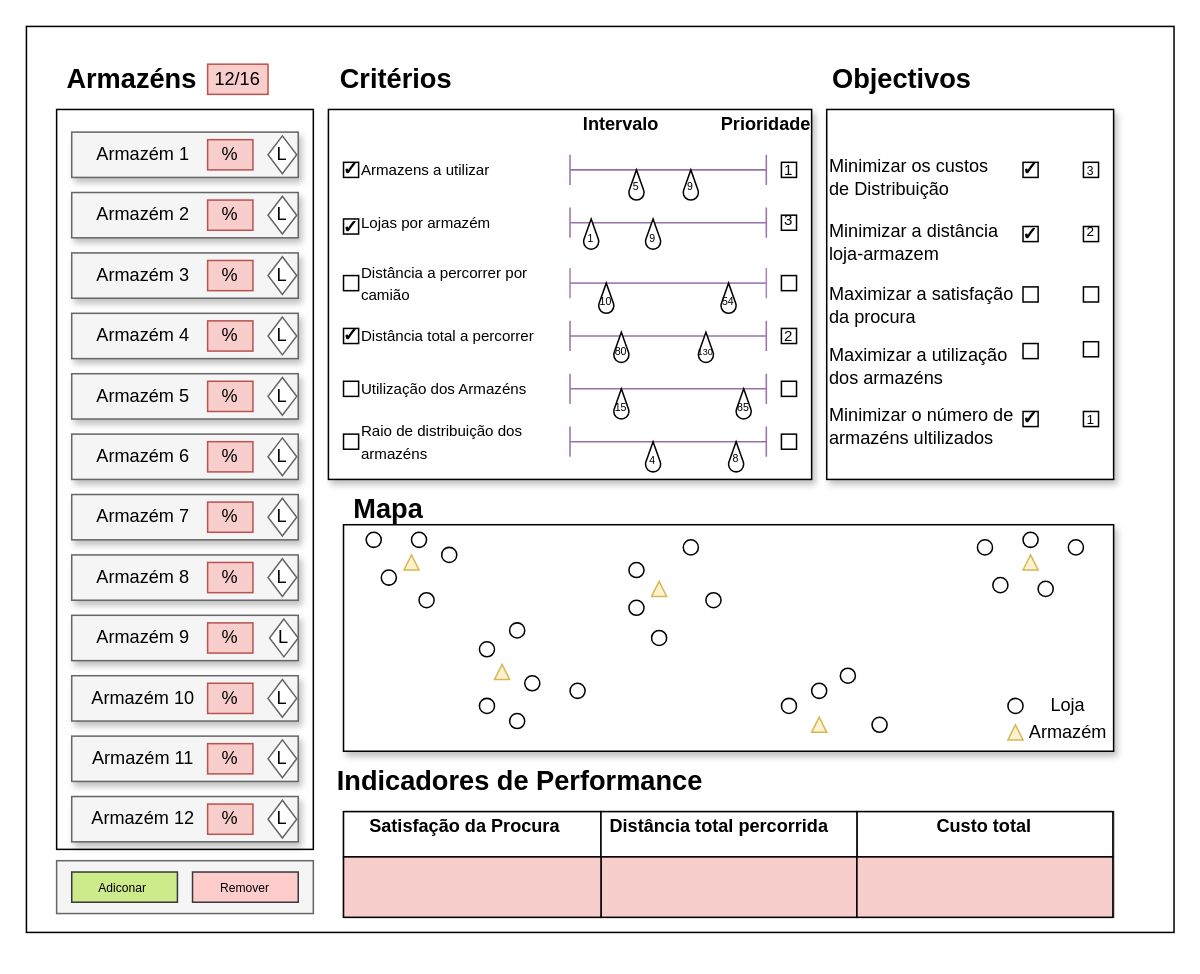
The draw.io diagram page "Main screen" (1 of 2) of Untitled Diagram.drawio in ertykiko/SADE, before the edit. Source tidied: cells renumbered, new cells numbered last; positions are measured from the earlier drawing's top-left corner, leaving out a move shared by most shapes. Both pictures are drawn from the tidied source at 151%, with x=0, y=0 at pixel (26, 26).
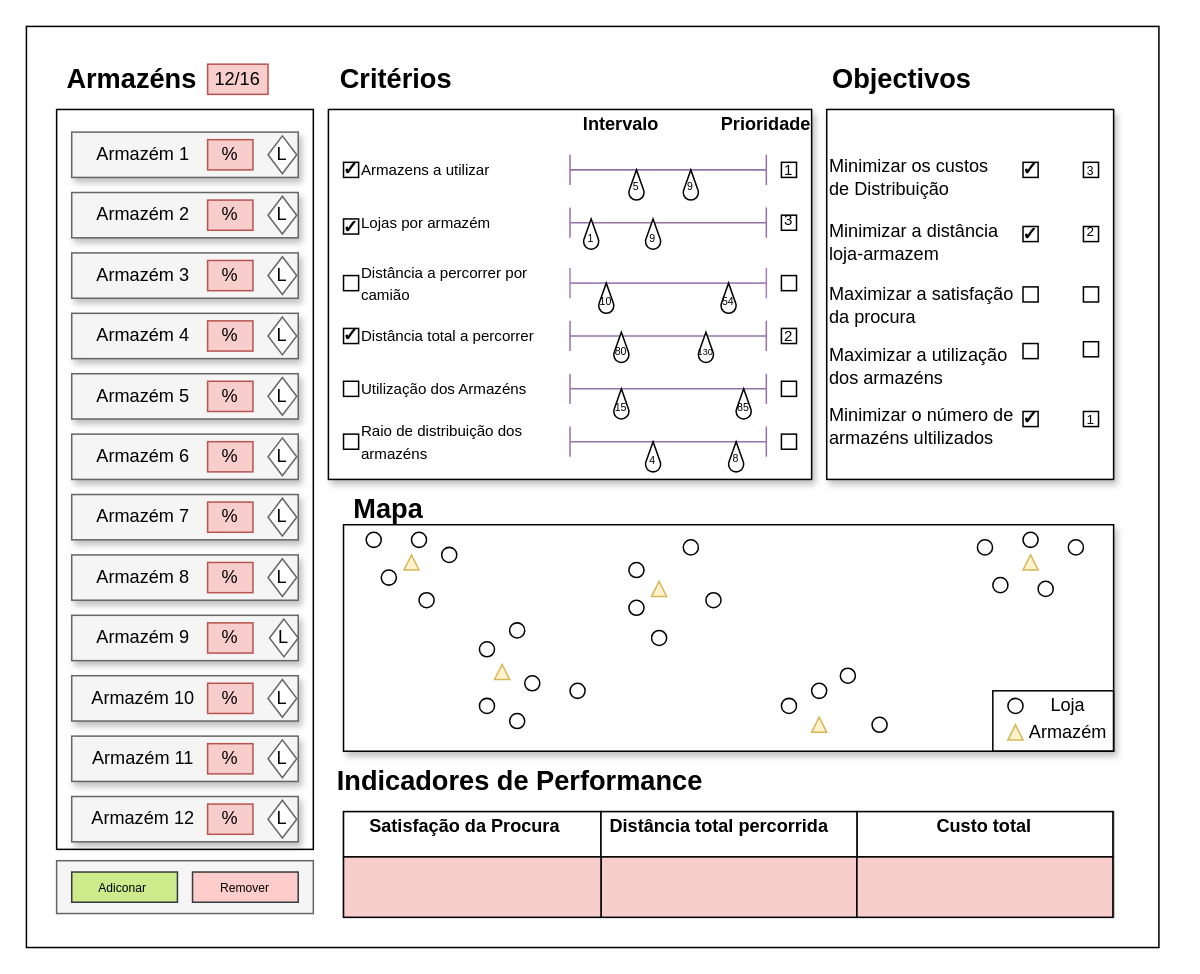
The same diagram, later.

Diff of the diagram source:
```diff
@@
     <mxCell id="2" style="rounded=0;whiteSpace=wrap;html=1;" parent="1" vertex="1">
-      <mxGeometry width="760" height="600" as="geometry" />
+      <mxGeometry width="750" height="610" as="geometry" />
     </mxCell>
@@
+    <mxCell id="180" style="rounded=0;whiteSpace=wrap;html=1;fillColor=none;" parent="1" vertex="1">
+      <mxGeometry x="640" y="440" width="80" height="40" as="geometry" />
+    </mxCell>
```
